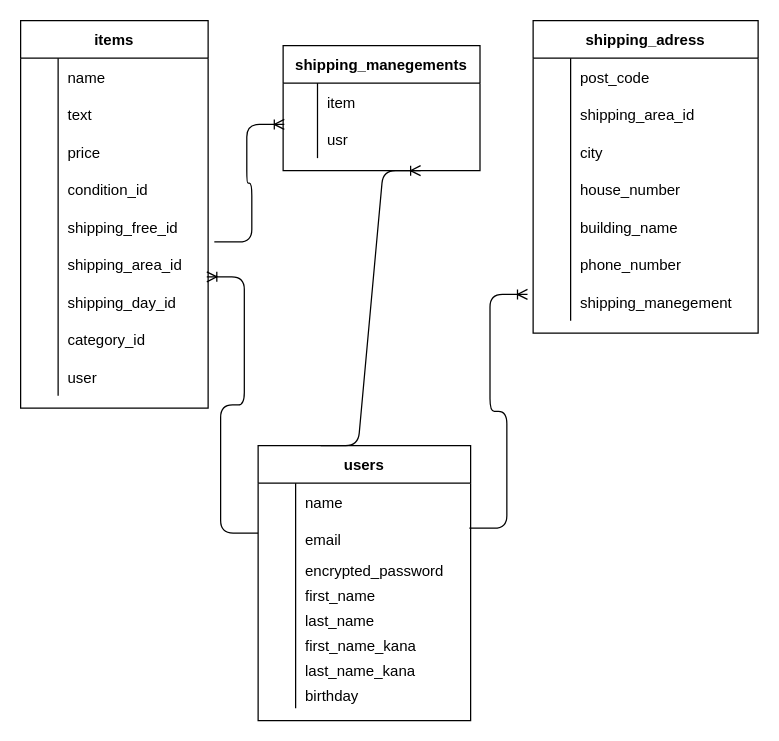
This is test.dio from protein0917/furima-53054, a draw.io file, before an edit. Source tidied: cells renumbered, new cells numbered last; positions are measured from the earlier drawing's top-left corner, leaving out a move shared by most shapes. Both pictures are drawn from the tidied source at 125%, with x=0, y=0 at pixel (20, 20).
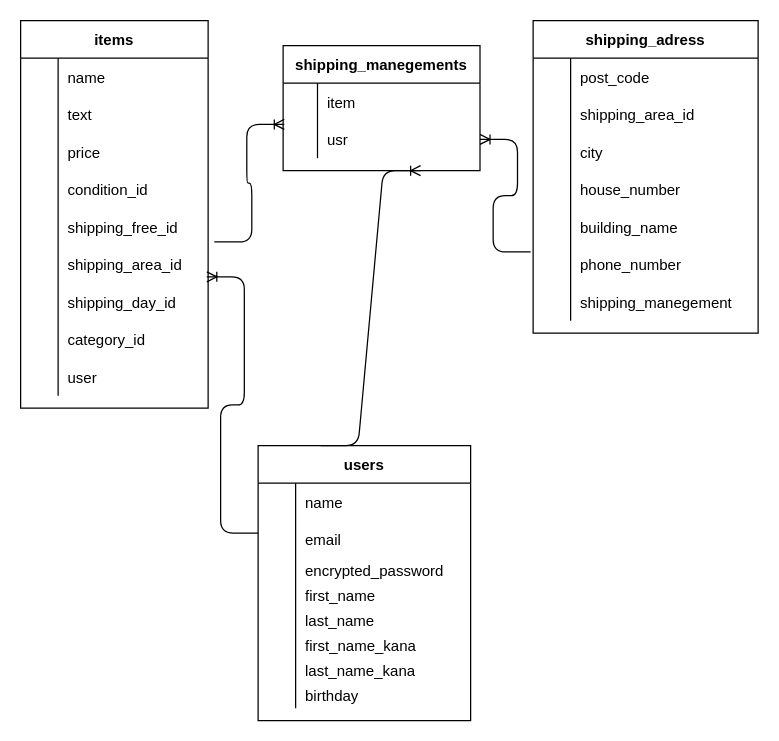
After the change.

The change refers to these unchanged cells:
```xml
<mxCell id="6" style="shape=partialRectangle;fillColor=none;top=0;left=0;bottom=0;right=0;points=[[0,0.5],[1,0.5]];portConstraint=eastwest;" parent="2" vertex="1">
  <mxGeometry y="60" width="170" height="30" as="geometry" />
</mxCell>
<mxCell id="71" style="shape=partialRectangle;fillColor=none;top=0;left=0;bottom=0;right=0;points=[[0,0.5],[1,0.5]];portConstraint=eastwest;" parent="55" vertex="1">
  <mxGeometry y="180" width="180" height="30" as="geometry" />
</mxCell>
<mxCell id="74" style="shape=partialRectangle;fillColor=none;top=0;left=0;bottom=0;right=0;points=[[0,0.5],[1,0.5]];portConstraint=eastwest;" parent="55" vertex="1">
  <mxGeometry y="210" width="180" height="30" as="geometry" />
</mxCell>
<mxCell id="83" style="shape=partialRectangle;fillColor=none;top=0;left=0;bottom=0;right=0;points=[[0,0.5],[1,0.5]];portConstraint=eastwest;" parent="79" vertex="1">
  <mxGeometry y="60" width="157.5" height="30" as="geometry" />
</mxCell>
```

What changed in the source:
```diff
@@
-    <mxCell id="78" style="edgeStyle=entityRelationEdgeStyle;fontSize=12;html=1;endArrow=ERoneToMany;entryX=-0.025;entryY=0.3;entryDx=0;entryDy=0;entryPerimeter=0;exitX=0.994;exitY=0.2;exitDx=0;exitDy=0;exitPerimeter=0;" parent="1" edge="1" source="6" target="74">
-      <mxGeometry relative="1" as="geometry" />
-    </mxCell>
@@
+    <mxCell id="88" style="edgeStyle=entityRelationEdgeStyle;fontSize=12;html=1;endArrow=ERoneToMany;exitX=-0.011;exitY=0.167;exitDx=0;exitDy=0;exitPerimeter=0;" parent="1" edge="1" source="71" target="83">
+      <mxGeometry relative="1" as="geometry" />
+    </mxCell>
```
